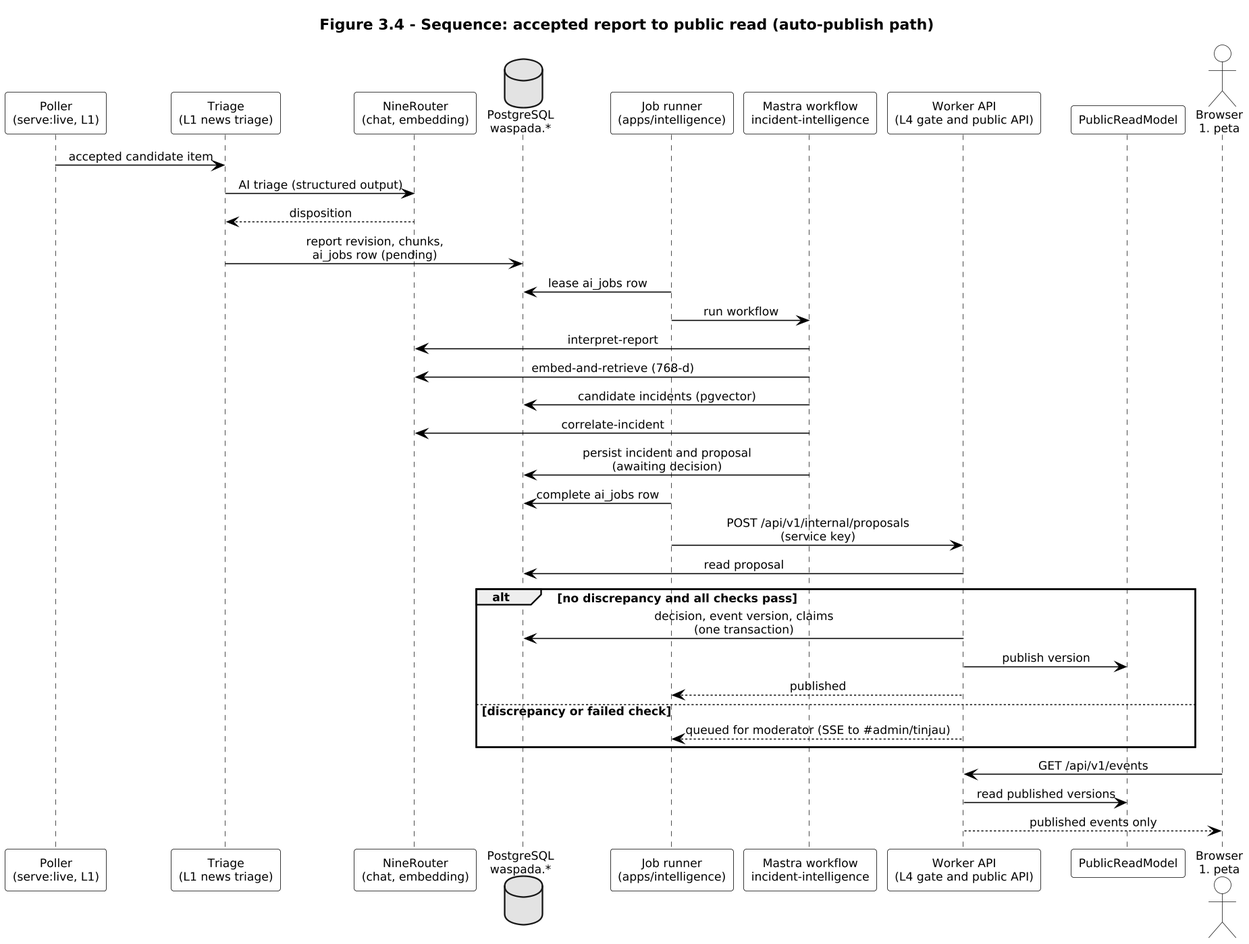
This is docs/report/diagrams/rendered/fig-3-4-sequence.png from Asassinoooo/Waspada-Jakarta, a PlantUML export, as it was before one commit.
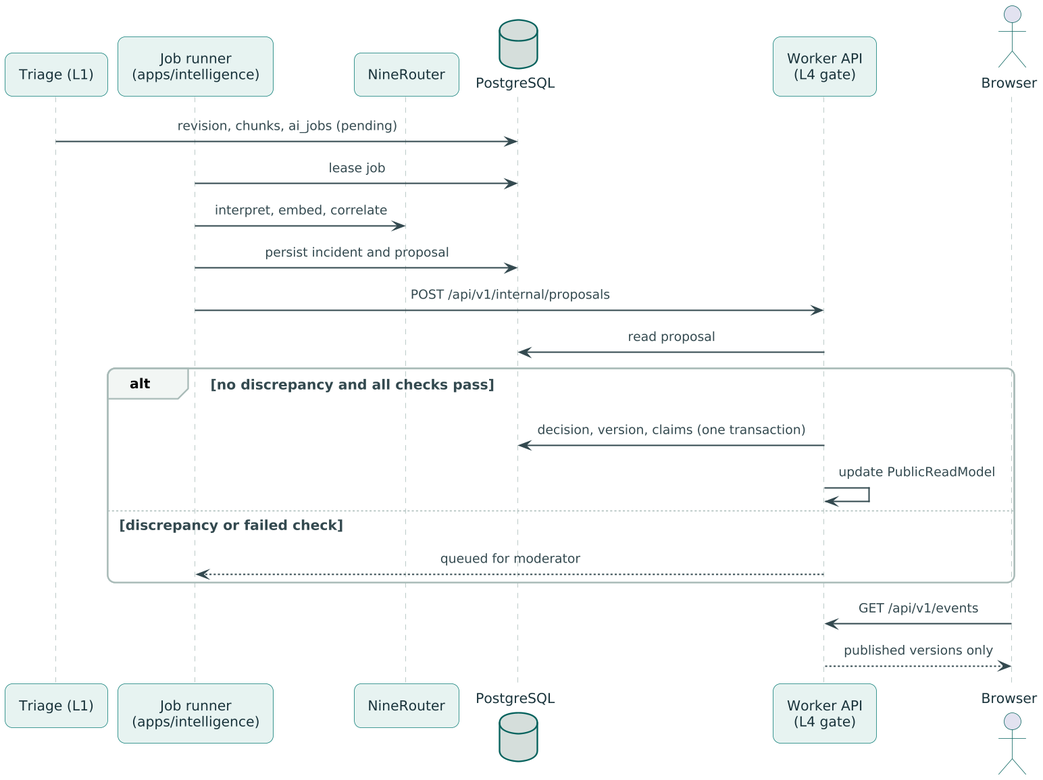
The same diagram one commit later.

Change to the diagram source:
```diff
@@ -1,54 +1,24 @@
 @startuml fig-3-4-sequence
-!pragma layout smetana
-skinparam dpi 150
-skinparam monochrome true
-skinparam shadowing false
-skinparam defaultFontName Arial
-skinparam defaultFontSize 11
-skinparam sequenceMessageAlign center
-skinparam ParticipantBackgroundColor white
-skinparam ParticipantBorderColor black
-skinparam ArrowColor black
-skinparam ActorBackgroundColor white
+!include theme/waspada-report.theme.puml
+participant "Triage (L1)" as T
+participant "Job runner\n(apps/intelligence)" as J
+participant "NineRouter" as NR
+database "PostgreSQL" as DB
+participant "Worker API\n(L4 gate)" as W
+actor "Browser" as B
 
-title Figure 3.4 - Sequence: accepted report to public read (auto-publish path)
-
-participant "Poller\n(serve:live, L1)" as P
-participant "Triage\n(L1 news triage)" as T
-participant "NineRouter\n(chat, embedding)" as NR
-database "PostgreSQL\nwaspada.*" as DB
-participant "Job runner\n(apps/intelligence)" as J
-participant "Mastra workflow\nincident-intelligence" as W
-participant "Worker API\n(L4 gate and public API)" as L4
-participant "PublicReadModel" as PRM
-actor "Browser\n#peta" as B
-
-P -> T : accepted candidate item
-T -> NR : AI triage (structured output)
-NR --> T : disposition
-T -> DB : report revision, chunks,\nai_jobs row (pending)
-
-J -> DB : lease ai_jobs row
-J -> W : run workflow
-W -> NR : interpret-report
-W -> NR : embed-and-retrieve (768-d)
-W -> DB : candidate incidents (pgvector)
-W -> NR : correlate-incident
-W -> DB : persist incident and proposal\n(awaiting decision)
-J -> DB : complete ai_jobs row
-J -> L4 : POST /api/v1/internal/proposals\n(service key)
-
-L4 -> DB : read proposal
+T -> DB : revision, chunks, ai_jobs (pending)
+J -> DB : lease job
+J -> NR : interpret, embed, correlate
+J -> DB : persist incident and proposal
+J -> W : POST /api/v1/internal/proposals
+W -> DB : read proposal
 alt no discrepancy and all checks pass
-  L4 -> DB : decision, event version, claims\n(one transaction)
-  L4 -> PRM : publish version
-  L4 --> J : published
+  W -> DB : decision, version, claims (one transaction)
+  W -> W : update PublicReadModel
 else discrepancy or failed check
-  L4 --> J : queued for moderator (SSE to #admin/tinjau)
+  W --> J : queued for moderator
 end
-
-B -> L4 : GET /api/v1/events
-L4 -> PRM : read published versions
-L4 --> B : published events only
-
+B -> W : GET /api/v1/events
+W --> B : published versions only
 @enduml
```
